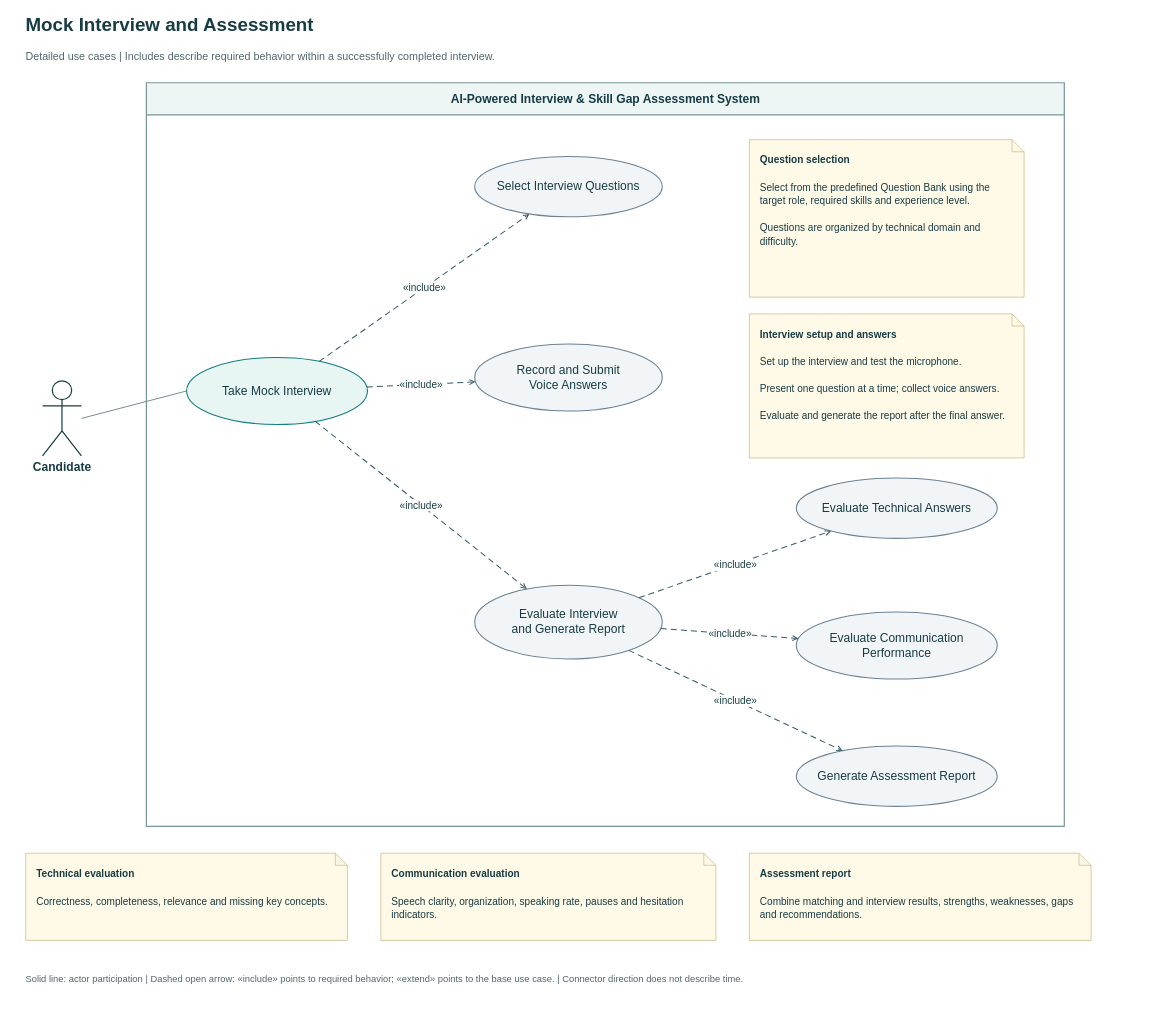
Earlier version of the draw.io diagram page "Mock Interview and Assessment" (5 of 10) of AI Interview - Use Case Model.drawio (ziadhalaby/AI-Interview-Skill-Gap). Source tidied: cells renumbered, new cells numbered last; positions are measured from the earlier drawing's top-left corner, leaving out a move shared by most shapes. Both pictures are drawn from the tidied source at 67%, with x=0, y=0 at pixel (25, 11).
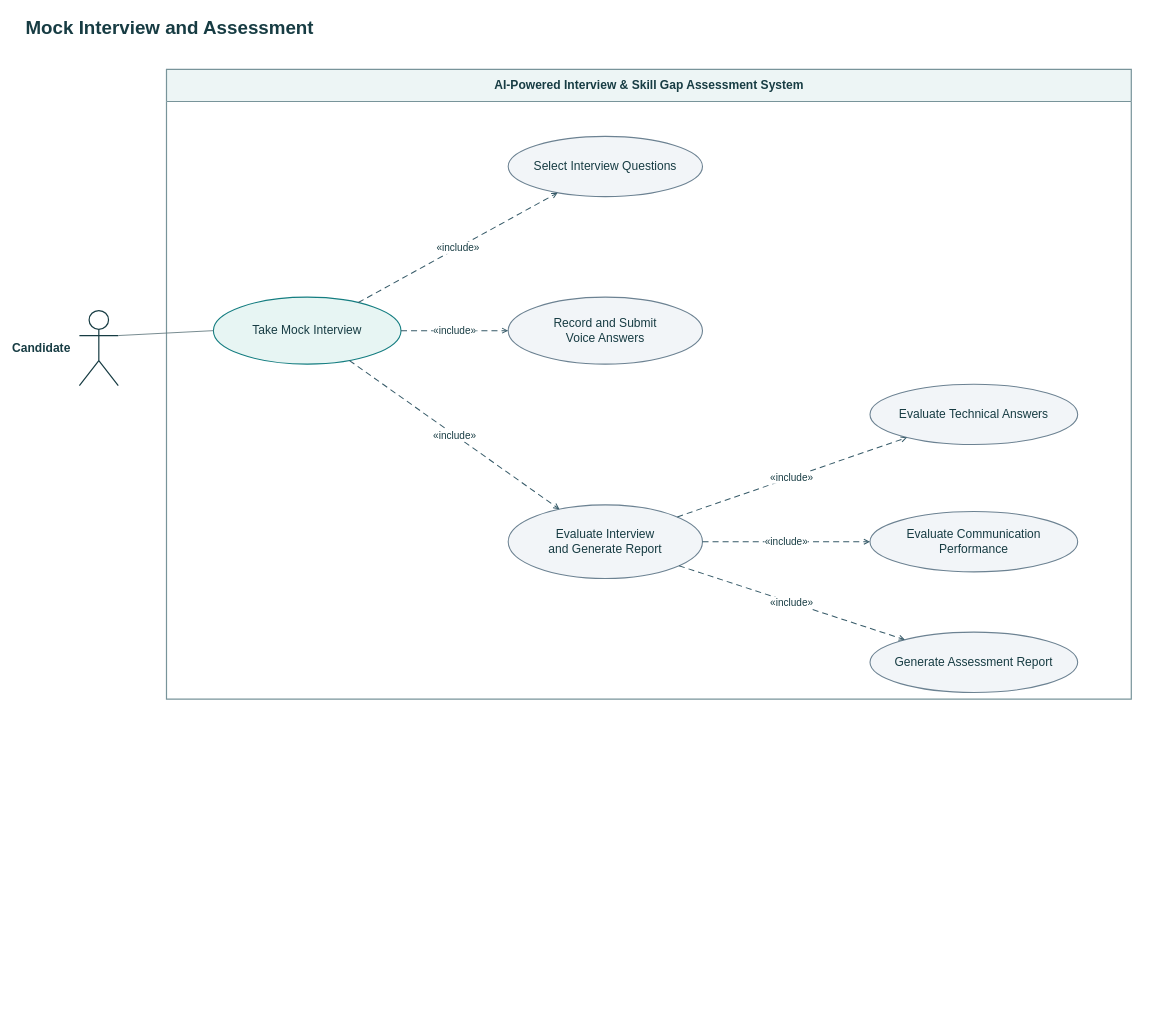
The same diagram, later.

Commit message (it also covers changes not shown here):
Update use case model with latest project changes

Diff of the diagram source:
```diff
@@
     <mxCell id="2" value="Mock Interview and Assessment" style="html=1;fontFamily=Arial;fontColor=#173C43;text;whiteSpace=wrap;overflow=hidden;strokeColor=none;fillColor=none;fontSize=28;fontStyle=1;fontColor=#173C43;align=left;verticalAlign=middle;spacing=0;" parent="1" vertex="1">
-      <mxGeometry width="1600" height="40" as="geometry" />
+      <mxGeometry width="1680" height="46" as="geometry" />
     </mxCell>
-    <mxCell id="3" value="Detailed use cases | Includes describe required behavior within a successfully completed interview." style="html=1;fontFamily=Arial;fontColor=#173C43;text;whiteSpace=wrap;overflow=hidden;strokeColor=none;fillColor=none;fontSize=16;fontStyle=0;fontColor=#52666E;align=left;verticalAlign=middle;spacing=0;" parent="1" vertex="1">
-      <mxGeometry y="48" width="1600" height="36" as="geometry" />
-    </mxCell>
     <mxCell id="4" value="AI-Powered Interview &amp; Skill Gap Assessment System" style="html=1;fontFamily=Arial;fontColor=#173C43;swimlane;horizontal=1;startSize=48;rounded=0;strokeWidth=1.8;strokeColor=#78949A;fillColor=#EDF5F5;swimlaneFillColor=#FFFFFF;fontSize=18;fontStyle=1;align=center;" parent="1" vertex="1">
-      <mxGeometry x="180" y="106" width="1370" height="1110" as="geometry" />
+      <mxGeometry x="210" y="86" width="1440" height="940" as="geometry" />
     </mxCell>
-    <mxCell id="5" value="Candidate" style="html=1;fontFamily=Arial;fontColor=#173C43;shape=umlActor;verticalLabelPosition=bottom;verticalAlign=top;align=center;fontSize=18;fontStyle=1;strokeWidth=1.8;strokeColor=#173C43;fillColor=#FFFFFF;labelBackgroundColor=#FFFFFF;" parent="1" vertex="1">
-      <mxGeometry x="25" y="551" width="58" height="112" as="geometry" />
+    <mxCell id="5" value="Candidate" style="html=1;fontFamily=Arial;fontColor=#173C43;shape=umlActor;verticalLabelPosition=bottom;verticalAlign=top;align=center;fontSize=18;fontStyle=1;strokeWidth=1.8;strokeColor=#173C43;fillColor=#FFFFFF;labelBackgroundColor=#FFFFFF;labelPosition=left;verticalLabelPosition=middle;verticalAlign=middle;align=right;spacingRight=12;labelPosition=left;verticalLabelPosition=middle;verticalAlign=middle;align=right;spacingRight=12;labelPosition=left;verticalLabelPosition=middle;verticalAlign=middle;align=right;spacingRight=12;" parent="1" vertex="1">
+      <mxGeometry x="80" y="446" width="58" height="112" as="geometry" />
     </mxCell>
     <mxCell id="6" value="Take Mock Interview" style="html=1;fontFamily=Arial;fontColor=#173C43;ellipse;whiteSpace=wrap;overflow=hidden;fillColor=#E7F5F3;strokeColor=#147D80;strokeWidth=1.6;fontSize=18;align=center;verticalAlign=middle;spacing=10;" parent="4" vertex="1">
-      <mxGeometry x="60" y="410" width="270" height="100" as="geometry" />
+      <mxGeometry x="70" y="340" width="280" height="100" as="geometry" />
     </mxCell>
     <mxCell id="7" value="Select Interview Questions" style="html=1;fontFamily=Arial;fontColor=#173C43;ellipse;whiteSpace=wrap;overflow=hidden;fillColor=#F2F5F8;strokeColor=#6C8292;strokeWidth=1.6;fontSize=18;align=center;verticalAlign=middle;spacing=10;" parent="4" vertex="1">
-      <mxGeometry x="490" y="110" width="280" height="90" as="geometry" />
+      <mxGeometry x="510" y="100" width="290" height="90" as="geometry" />
     </mxCell>
     <mxCell id="8" value="Record and Submit&lt;br&gt;Voice Answers" style="html=1;fontFamily=Arial;fontColor=#173C43;ellipse;whiteSpace=wrap;overflow=hidden;fillColor=#F2F5F8;strokeColor=#6C8292;strokeWidth=1.6;fontSize=18;align=center;verticalAlign=middle;spacing=10;" parent="4" vertex="1">
-      <mxGeometry x="490" y="390" width="280" height="100" as="geometry" />
+      <mxGeometry x="510" y="340" width="290" height="100" as="geometry" />
     </mxCell>
     <mxCell id="9" value="Evaluate Interview&lt;br&gt;and Generate Report" style="html=1;fontFamily=Arial;fontColor=#173C43;ellipse;whiteSpace=wrap;overflow=hidden;fillColor=#F2F5F8;strokeColor=#6C8292;strokeWidth=1.6;fontSize=18;align=center;verticalAlign=middle;spacing=10;" parent="4" vertex="1">
-      <mxGeometry x="490" y="750" width="280" height="110" as="geometry" />
+      <mxGeometry x="510" y="650" width="290" height="110" as="geometry" />
     </mxCell>
     <mxCell id="10" value="Evaluate Technical Answers" style="html=1;fontFamily=Arial;fontColor=#173C43;ellipse;whiteSpace=wrap;overflow=hidden;fillColor=#F2F5F8;strokeColor=#6C8292;strokeWidth=1.6;fontSize=18;align=center;verticalAlign=middle;spacing=10;" parent="4" vertex="1">
-      <mxGeometry x="970" y="590" width="300" height="90" as="geometry" />
+      <mxGeometry x="1050" y="470" width="310" height="90" as="geometry" />
     </mxCell>
     <mxCell id="11" value="Evaluate Communication&lt;br&gt;Performance" style="html=1;fontFamily=Arial;fontColor=#173C43;ellipse;whiteSpace=wrap;overflow=hidden;fillColor=#F2F5F8;strokeColor=#6C8292;strokeWidth=1.6;fontSize=18;align=center;verticalAlign=middle;spacing=10;" parent="4" vertex="1">
-      <mxGeometry x="970" y="790" width="300" height="100" as="geometry" />
+      <mxGeometry x="1050" y="660" width="310" height="90" as="geometry" />
     </mxCell>
     <mxCell id="12" value="Generate Assessment Report" style="html=1;fontFamily=Arial;fontColor=#173C43;ellipse;whiteSpace=wrap;overflow=hidden;fillColor=#F2F5F8;strokeColor=#6C8292;strokeWidth=1.6;fontSize=18;align=center;verticalAlign=middle;spacing=10;" parent="4" vertex="1">
-      <mxGeometry x="970" y="990" width="300" height="90" as="geometry" />
+      <mxGeometry x="1050" y="840" width="310" height="90" as="geometry" />
     </mxCell>
-    <mxCell id="13" style="html=1;fontFamily=Arial;fontSize=15;fontColor=#173C43;labelBackgroundColor=#FFFFFF;align=center;verticalAlign=middle;endArrow=none;startArrow=none;strokeColor=#647B81;strokeWidth=1.3;exitX=1;exitY=0.5;exitPerimeter=1;entryX=0;entryY=0.5;entryPerimeter=1;" parent="1" edge="1" source="5" target="6">
+    <mxCell id="13" style="html=1;fontFamily=Arial;fontSize=15;fontColor=#173C43;labelBackgroundColor=#FFFFFF;align=center;verticalAlign=middle;endArrow=none;startArrow=none;strokeColor=#647B81;strokeWidth=1.3;exitX=1;exitY=0.333333;exitPerimeter=1;entryX=0;entryY=0.5;entryPerimeter=1;" parent="1" edge="1" source="5" target="6">
       <mxGeometry relative="1" as="geometry" />
     </mxCell>
@@
-    <mxCell id="20" value="&lt;div style=&quot;line-height:1.35;text-align:left;&quot;&gt;&lt;b&gt;Question selection&lt;/b&gt;&lt;br&gt;&lt;br&gt;Select from the predefined Question Bank using the target role, required skills and experience level.&lt;br&gt;&lt;br&gt;Questions are organized by technical domain and difficulty.&lt;/div&gt;" style="html=1;fontFamily=Arial;fontColor=#173C43;shape=note;size=18;whiteSpace=wrap;fillColor=#FFF9E8;strokeColor=#C7B57B;strokeWidth=1;align=left;verticalAlign=top;spacing=16;fontSize=15;" parent="4" vertex="1">
-      <mxGeometry x="900" y="85" width="410" height="235" as="geometry" />
-    </mxCell>
-    <mxCell id="21" value="&lt;div style=&quot;line-height:1.35;text-align:left;&quot;&gt;&lt;b&gt;Interview setup and answers&lt;/b&gt;&lt;br&gt;&lt;br&gt;Set up the interview and test the microphone.&lt;br&gt;&lt;br&gt;Present one question at a time; collect voice answers.&lt;br&gt;&lt;br&gt;Evaluate and generate the report after the final answer.&lt;/div&gt;" style="html=1;fontFamily=Arial;fontColor=#173C43;shape=note;size=18;whiteSpace=wrap;fillColor=#FFF9E8;strokeColor=#C7B57B;strokeWidth=1;align=left;verticalAlign=top;spacing=16;fontSize=15;" parent="4" vertex="1">
-      <mxGeometry x="900" y="345" width="410" height="215" as="geometry" />
-    </mxCell>
-    <mxCell id="22" value="&lt;div style=&quot;line-height:1.35;text-align:left;&quot;&gt;&lt;b&gt;Technical evaluation&lt;/b&gt;&lt;br&gt;&lt;br&gt;Correctness, completeness, relevance and missing key concepts.&lt;/div&gt;" style="html=1;fontFamily=Arial;fontColor=#173C43;shape=note;size=18;whiteSpace=wrap;fillColor=#FFF9E8;strokeColor=#C7B57B;strokeWidth=1;align=left;verticalAlign=top;spacing=16;fontSize=15;" parent="1" vertex="1">
-      <mxGeometry y="1256" width="480" height="130" as="geometry" />
-    </mxCell>
-    <mxCell id="23" value="&lt;div style=&quot;line-height:1.35;text-align:left;&quot;&gt;&lt;b&gt;Communication evaluation&lt;/b&gt;&lt;br&gt;&lt;br&gt;Speech clarity, organization, speaking rate, pauses and hesitation indicators.&lt;/div&gt;" style="html=1;fontFamily=Arial;fontColor=#173C43;shape=note;size=18;whiteSpace=wrap;fillColor=#FFF9E8;strokeColor=#C7B57B;strokeWidth=1;align=left;verticalAlign=top;spacing=16;fontSize=15;" parent="1" vertex="1">
-      <mxGeometry x="530" y="1256" width="500" height="130" as="geometry" />
-    </mxCell>
-    <mxCell id="24" value="&lt;div style=&quot;line-height:1.35;text-align:left;&quot;&gt;&lt;b&gt;Assessment report&lt;/b&gt;&lt;br&gt;&lt;br&gt;Combine matching and interview results, strengths, weaknesses, gaps and recommendations.&lt;/div&gt;" style="html=1;fontFamily=Arial;fontColor=#173C43;shape=note;size=18;whiteSpace=wrap;fillColor=#FFF9E8;strokeColor=#C7B57B;strokeWidth=1;align=left;verticalAlign=top;spacing=16;fontSize=15;" parent="1" vertex="1">
-      <mxGeometry x="1080" y="1256" width="510" height="130" as="geometry" />
-    </mxCell>
-    <mxCell id="25" value="Solid line: actor participation  |  Dashed open arrow: «include» points to required behavior; «extend» points to the base use case.  |  Connector direction does not describe time." style="html=1;fontFamily=Arial;fontColor=#173C43;text;whiteSpace=wrap;overflow=hidden;strokeColor=none;fillColor=none;fontSize=14;fontStyle=0;fontColor=#52666E;align=left;verticalAlign=middle;spacing=0;" parent="1" vertex="1">
-      <mxGeometry y="1416" width="1600" height="56" as="geometry" />
-    </mxCell>
```
